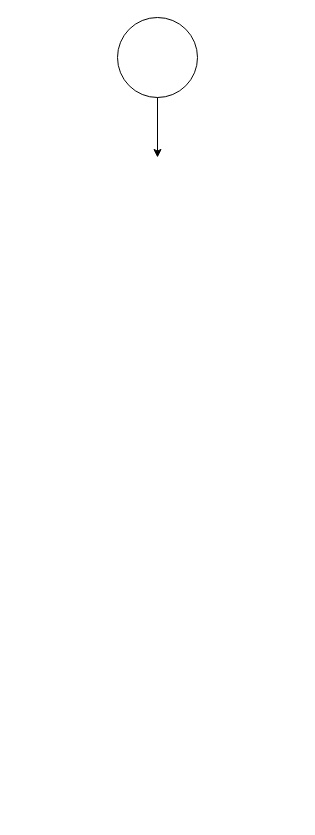
Kristiansito/Diagramas keeps this draw.io diagram as Actividad 3.1.drawio. Above is the earlier version. Source tidied: cells renumbered, new cells numbered last; positions are measured from the earlier drawing's top-left corner, leaving out a move shared by most shapes. Both pictures are drawn from the tidied source at 100%, with x=0, y=0 at pixel (117, 17).
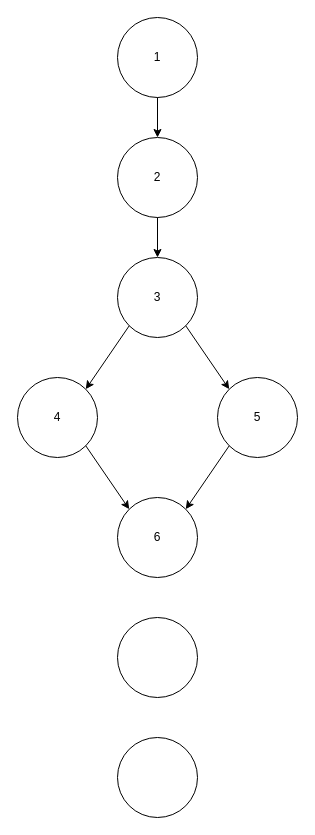
The same diagram, later.

Diff of the diagram source:
```diff
@@
 <mxGraphModel>
   <root>
     <mxCell id="0" />
     <mxCell id="1" parent="0" />
-    <mxCell id="2" style="ellipse;whiteSpace=wrap;html=1;" parent="1" vertex="1">
+    <mxCell id="2" value="1" style="ellipse;whiteSpace=wrap;html=1;" parent="1" vertex="1">
       <mxGeometry width="80" height="80" as="geometry" />
     </mxCell>
-    <mxCell id="3" style="endArrow=classic;html=1;rounded=0;" parent="1" edge="1">
-      <mxGeometry relative="1" as="geometry">
-        <mxPoint x="40" y="80" as="sourcePoint" />
-        <mxPoint x="40" y="140" as="targetPoint" />
-      </mxGeometry>
+    <mxCell id="3" style="endArrow=classic;html=1;rounded=0;entryX=0.5;entryY=0;entryDx=0;entryDy=0;exitX=0.5;exitY=1;exitDx=0;exitDy=0;" parent="1" edge="1" source="2" target="4">
+      <mxGeometry relative="1" as="geometry" />
     </mxCell>
+    <mxCell id="4" value="2" style="ellipse;whiteSpace=wrap;html=1;" parent="1" vertex="1">
+      <mxGeometry y="120" width="80" height="80" as="geometry" />
+    </mxCell>
+    <mxCell id="5" style="endArrow=classic;html=1;rounded=0;exitX=0.5;exitY=1;exitDx=0;exitDy=0;entryX=0.5;entryY=0;entryDx=0;entryDy=0;" parent="1" edge="1" source="4" target="6">
+      <mxGeometry relative="1" as="geometry" />
+    </mxCell>
+    <mxCell id="6" value="3" style="ellipse;whiteSpace=wrap;html=1;" parent="1" vertex="1">
+      <mxGeometry y="240" width="80" height="80" as="geometry" />
+    </mxCell>
+    <mxCell id="7" value="4" style="ellipse;whiteSpace=wrap;html=1;" parent="1" vertex="1">
+      <mxGeometry x="-100" y="360" width="80" height="80" as="geometry" />
+    </mxCell>
+    <mxCell id="8" value="5" style="ellipse;whiteSpace=wrap;html=1;" parent="1" vertex="1">
+      <mxGeometry x="100" y="360" width="80" height="80" as="geometry" />
+    </mxCell>
+    <mxCell id="9" style="endArrow=classic;html=1;rounded=0;exitX=0;exitY=1;exitDx=0;exitDy=0;entryX=1;entryY=0;entryDx=0;entryDy=0;" parent="1" edge="1" source="6" target="7">
+      <mxGeometry relative="1" as="geometry" />
+    </mxCell>
+    <mxCell id="10" style="endArrow=classic;html=1;rounded=0;exitX=1;exitY=1;exitDx=0;exitDy=0;entryX=0;entryY=0;entryDx=0;entryDy=0;" parent="1" edge="1" source="6" target="8">
+      <mxGeometry relative="1" as="geometry" />
+    </mxCell>
+    <mxCell id="11" value="6" style="ellipse;whiteSpace=wrap;html=1;" parent="1" vertex="1">
+      <mxGeometry y="480" width="80" height="80" as="geometry" />
+    </mxCell>
+    <mxCell id="12" style="endArrow=classic;html=1;rounded=0;exitX=1;exitY=1;exitDx=0;exitDy=0;entryX=0;entryY=0;entryDx=0;entryDy=0;" parent="1" edge="1" source="7" target="11">
+      <mxGeometry relative="1" as="geometry" />
+    </mxCell>
+    <mxCell id="13" style="endArrow=classic;html=1;rounded=0;exitX=0;exitY=1;exitDx=0;exitDy=0;entryX=1;entryY=0;entryDx=0;entryDy=0;" parent="1" edge="1" source="8" target="11">
+      <mxGeometry relative="1" as="geometry" />
+    </mxCell>
+    <mxCell id="14" style="ellipse;whiteSpace=wrap;html=1;" parent="1" vertex="1">
+      <mxGeometry y="600" width="80" height="80" as="geometry" />
+    </mxCell>
+    <mxCell id="15" style="ellipse;whiteSpace=wrap;html=1;" parent="1" vertex="1">
+      <mxGeometry y="720" width="80" height="80" as="geometry" />
+    </mxCell>
   </root>
 </mxGraphModel>
```
